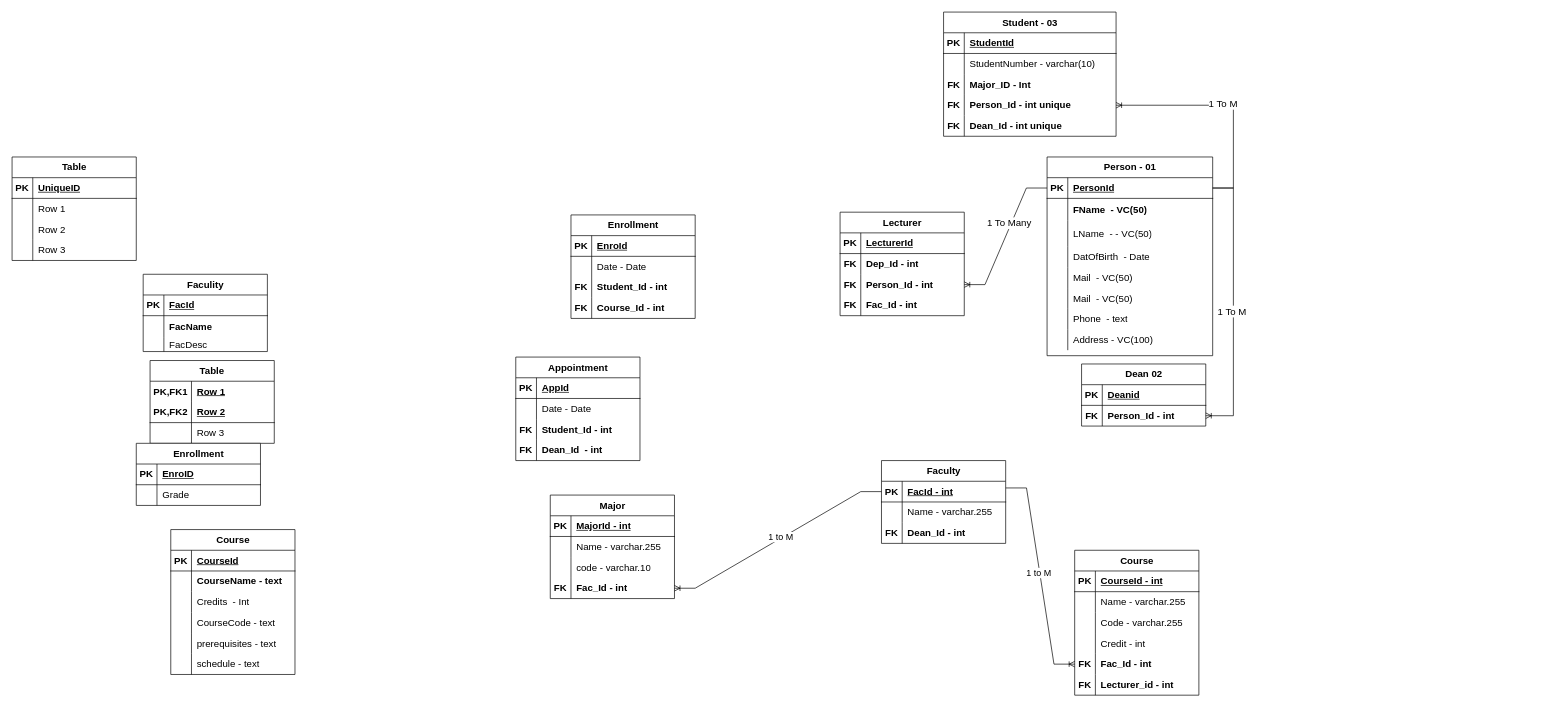
Earlier version of the draw.io diagram Untitled Diagram.drawio (YounesAlKojok/Projects---HTML-CSS-and-Bootstrap). Source tidied: cells renumbered, new cells numbered last; positions are measured from the earlier drawing's top-left corner, leaving out a move shared by most shapes. Both pictures are drawn from the tidied source at 69%, with x=0, y=0 at pixel (12, 12).
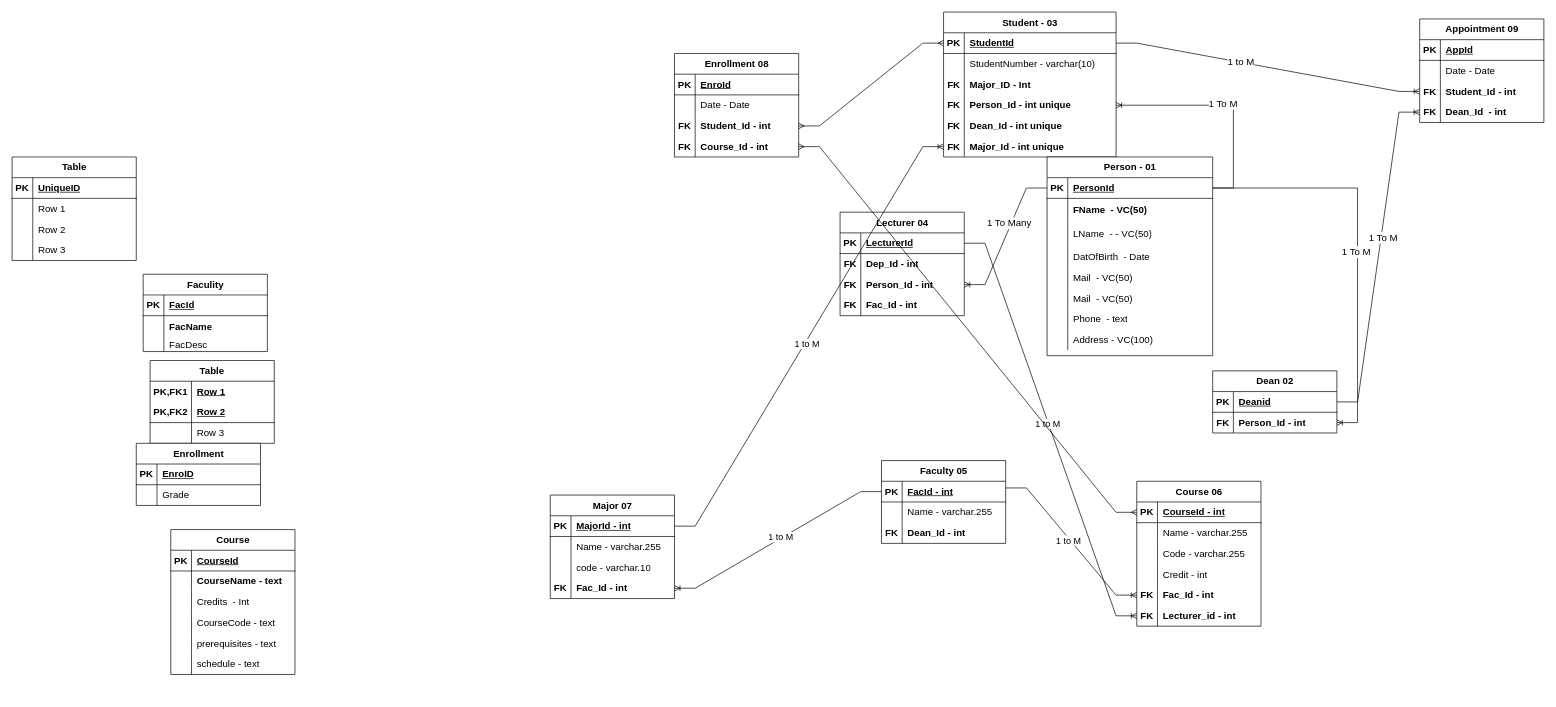
The same page after the edit.

The change refers to these unchanged cells:
```xml
<mxCell id="3" style="shape=tableRow;horizontal=0;startSize=0;swimlaneHead=0;swimlaneBody=0;fillColor=none;points=[[0,0.5],[1,0.5]];portConstraint=eastwest;top=0;left=0;right=0;bottom=1;fontSize=14;" parent="2" vertex="1">
  <mxGeometry y="30" width="250" height="30" as="geometry" />
</mxCell>
<mxCell id="19" style="shape=tableRow;horizontal=0;startSize=0;swimlaneHead=0;swimlaneBody=0;fillColor=none;points=[[0,0.5],[1,0.5]];portConstraint=eastwest;top=0;left=0;right=0;bottom=1;fontSize=14;" parent="18" vertex="1">
  <mxGeometry y="30" width="180" height="30" as="geometry" />
</mxCell>
<mxCell id="116" style="shape=tableRow;horizontal=0;startSize=0;swimlaneHead=0;swimlaneBody=0;fillColor=none;points=[[0,0.5],[1,0.5]];portConstraint=eastwest;top=0;left=0;right=0;bottom=1;fontSize=14;" parent="115" vertex="1">
  <mxGeometry y="30" width="180" height="30" as="geometry" />
</mxCell>
<mxCell id="133" style="shape=tableRow;horizontal=0;startSize=0;swimlaneHead=0;swimlaneBody=0;fillColor=none;points=[[0,0.5],[1,0.5]];portConstraint=eastwest;top=0;left=0;right=0;bottom=1;fontSize=14;" parent="132" vertex="1">
  <mxGeometry y="30" width="180" height="30" as="geometry" />
</mxCell>
<mxCell id="148" style="shape=tableRow;horizontal=0;startSize=0;swimlaneHead=0;swimlaneBody=0;fillColor=none;points=[[0,0.5],[1,0.5]];portConstraint=eastwest;top=0;left=0;right=0;bottom=0;fontSize=14;" parent="132" vertex="1">
  <mxGeometry y="180" width="180" height="30" as="geometry" />
</mxCell>
<mxCell id="152" style="shape=tableRow;horizontal=0;startSize=0;swimlaneHead=0;swimlaneBody=0;fillColor=none;points=[[0,0.5],[1,0.5]];portConstraint=eastwest;top=0;left=0;right=0;bottom=1;fontSize=14;" parent="151" vertex="1">
  <mxGeometry y="30" width="180" height="30" as="geometry" />
</mxCell>
<mxCell id="171" style="shape=tableRow;horizontal=0;startSize=0;swimlaneHead=0;swimlaneBody=0;fillColor=none;points=[[0,0.5],[1,0.5]];portConstraint=eastwest;top=0;left=0;right=0;bottom=0;fontSize=14;" parent="164" vertex="1">
  <mxGeometry y="90" width="180" height="30" as="geometry" />
</mxCell>
<mxCell id="174" style="shape=tableRow;horizontal=0;startSize=0;swimlaneHead=0;swimlaneBody=0;fillColor=none;points=[[0,0.5],[1,0.5]];portConstraint=eastwest;top=0;left=0;right=0;bottom=0;fontSize=14;" parent="164" vertex="1">
  <mxGeometry y="120" width="180" height="30" as="geometry" />
</mxCell>
<mxCell id="194" style="shape=tableRow;horizontal=0;startSize=0;swimlaneHead=0;swimlaneBody=0;fillColor=none;points=[[0,0.5],[1,0.5]];portConstraint=eastwest;top=0;left=0;right=0;bottom=0;fontSize=14;" parent="187" vertex="1">
  <mxGeometry y="90" width="180" height="30" as="geometry" />
</mxCell>
<mxCell id="197" style="shape=tableRow;horizontal=0;startSize=0;swimlaneHead=0;swimlaneBody=0;fillColor=none;points=[[0,0.5],[1,0.5]];portConstraint=eastwest;top=0;left=0;right=0;bottom=0;fontSize=14;" parent="187" vertex="1">
  <mxGeometry y="120" width="180" height="30" as="geometry" />
</mxCell>
```

The edit, as a diff of the source:
```diff
@@
     <mxCell id="2" value="Student - 03" style="shape=table;startSize=30;childLayout=tableLayout;rowLines=0;fontStyle=1;align=center;html=1;fontSize=14;" parent="1" vertex="1">
-      <mxGeometry x="1350" width="250" height="180" as="geometry" />
+      <mxGeometry x="1350" width="250" height="210" as="geometry" />
     </mxCell>
@@
+    <mxCell id="200" style="shape=tableRow;horizontal=0;startSize=0;swimlaneHead=0;swimlaneBody=0;fillColor=none;points=[[0,0.5],[1,0.5]];portConstraint=eastwest;top=0;left=0;right=0;bottom=0;fontSize=14;" parent="2" vertex="1">
+      <mxGeometry y="180" width="250" height="30" as="geometry" />
+    </mxCell>
+    <mxCell id="201" value="FK" style="shape=partialRectangle;fillColor=none;top=0;left=0;bottom=0;right=0;overflow=hidden;whiteSpace=wrap;html=1;fontSize=14;fontStyle=1;" parent="200" vertex="1">
+      <mxGeometry width="30" height="30" as="geometry" />
+    </mxCell>
+    <mxCell id="202" value="&lt;b style=&quot;font-size: 14px;&quot;&gt;Major_Id - int unique&lt;/b&gt;" style="shape=partialRectangle;fillColor=none;top=0;left=0;bottom=0;right=0;align=left;spacingLeft=6;overflow=hidden;whiteSpace=wrap;html=1;fontSize=14;" parent="200" vertex="1">
+      <mxGeometry x="30" width="220" height="30" as="geometry" />
+    </mxCell>
-    <mxCell id="18" value="Lecturer" style="shape=table;startSize=30;childLayout=tableLayout;rowLines=0;fontStyle=1;align=center;html=1;fontSize=14;" parent="1" vertex="1">
+    <mxCell id="18" value="Lecturer 04" style="shape=table;startSize=30;childLayout=tableLayout;rowLines=0;fontStyle=1;align=center;html=1;fontSize=14;" parent="1" vertex="1">
       <mxGeometry x="1200" y="290" width="180" height="150" as="geometry" />
     </mxCell>
@@
     <mxCell id="115" value="Dean 02" style="shape=table;startSize=30;childLayout=tableLayout;rowLines=0;fontStyle=1;align=center;html=1;fontSize=14;" parent="1" vertex="1">
-      <mxGeometry x="1550" y="510" width="180" height="90" as="geometry" />
+      <mxGeometry x="1740" y="520" width="180" height="90" as="geometry" />
     </mxCell>
@@
-    <mxCell id="122" value="Faculty" style="shape=table;startSize=30;childLayout=tableLayout;rowLines=0;fontStyle=1;align=center;html=1;fontSize=14;" parent="1" vertex="1">
+    <mxCell id="122" value="Faculty 05" style="shape=table;startSize=30;childLayout=tableLayout;rowLines=0;fontStyle=1;align=center;html=1;fontSize=14;" parent="1" vertex="1">
       <mxGeometry x="1260" y="650" width="180" height="120" as="geometry" />
     </mxCell>
@@
-    <mxCell id="132" value="Course" style="shape=table;startSize=30;childLayout=tableLayout;rowLines=0;fontStyle=1;align=center;html=1;fontSize=14;" parent="1" vertex="1">
-      <mxGeometry x="1540" y="780" width="180" height="210" as="geometry" />
+    <mxCell id="132" value="Course 06" style="shape=table;startSize=30;childLayout=tableLayout;rowLines=0;fontStyle=1;align=center;html=1;fontSize=14;" parent="1" vertex="1">
+      <mxGeometry x="1630" y="680" width="180" height="210" as="geometry" />
     </mxCell>
@@
-    <mxCell id="151" value="Major" style="shape=table;startSize=30;childLayout=tableLayout;rowLines=0;fontStyle=1;align=center;html=1;fontSize=14;" parent="1" vertex="1">
+    <mxCell id="151" value="Major 07" style="shape=table;startSize=30;childLayout=tableLayout;rowLines=0;fontStyle=1;align=center;html=1;fontSize=14;" parent="1" vertex="1">
       <mxGeometry x="780" y="700" width="180" height="150" as="geometry" />
     </mxCell>
@@
-    <mxCell id="164" value="Enrollment" style="shape=table;startSize=30;childLayout=tableLayout;rowLines=0;fontStyle=1;align=center;html=1;fontSize=14;" parent="1" vertex="1">
-      <mxGeometry x="810" y="294" width="180" height="150" as="geometry" />
+    <mxCell id="164" value="Enrollment 08" style="shape=table;startSize=30;childLayout=tableLayout;rowLines=0;fontStyle=1;align=center;html=1;fontSize=14;" parent="1" vertex="1">
+      <mxGeometry x="960" y="60" width="180" height="150" as="geometry" />
     </mxCell>
@@
-    <mxCell id="187" value="Appointment" style="shape=table;startSize=30;childLayout=tableLayout;rowLines=0;fontStyle=1;align=center;html=1;fontSize=14;" parent="1" vertex="1">
-      <mxGeometry x="730" y="500" width="180" height="150" as="geometry" />
+    <mxCell id="187" value="Appointment 09" style="shape=table;startSize=30;childLayout=tableLayout;rowLines=0;fontStyle=1;align=center;html=1;fontSize=14;" parent="1" vertex="1">
+      <mxGeometry x="2040" y="10" width="180" height="150" as="geometry" />
     </mxCell>
@@
+    <mxCell id="203" style="edgeStyle=entityRelationEdgeStyle;fontSize=12;html=1;endArrow=ERoneToMany;rounded=0;" parent="1" edge="1" source="19" target="148">
+      <mxGeometry relative="1" as="geometry" />
+    </mxCell>
+    <mxCell id="204" value="&lt;font style=&quot;font-size: 13px;&quot;&gt;1 to M&lt;/font&gt;" style="edgeLabel;html=1;align=center;verticalAlign=middle;" parent="203" vertex="1">
+      <mxGeometry x="-0.03" y="-2" relative="1" as="geometry" />
+    </mxCell>
+    <mxCell id="205" style="edgeStyle=entityRelationEdgeStyle;fontSize=12;html=1;endArrow=ERoneToMany;rounded=0;exitX=1;exitY=0.5;exitDx=0;exitDy=0;entryX=0;entryY=0.5;entryDx=0;entryDy=0;" parent="1" edge="1" source="152" target="200">
+      <mxGeometry relative="1" as="geometry" />
+    </mxCell>
+    <mxCell id="206" value="&lt;font style=&quot;font-size: 13px;&quot;&gt;1 to M&lt;/font&gt;" style="edgeLabel;html=1;align=center;verticalAlign=middle;" parent="205" vertex="1">
+      <mxGeometry x="-0.03" y="-2" relative="1" as="geometry" />
+    </mxCell>
+    <mxCell id="207" style="edgeStyle=entityRelationEdgeStyle;fontSize=12;html=1;endArrow=ERmany;startArrow=ERmany;rounded=0;entryX=0;entryY=0.5;entryDx=0;entryDy=0;" parent="1" edge="1" source="171" target="3">
+      <mxGeometry relative="1" as="geometry" />
+    </mxCell>
+    <mxCell id="208" style="edgeStyle=entityRelationEdgeStyle;fontSize=12;html=1;endArrow=ERmany;startArrow=ERmany;rounded=0;" parent="1" edge="1" source="174" target="133">
+      <mxGeometry relative="1" as="geometry" />
+    </mxCell>
+    <mxCell id="209" style="edgeStyle=entityRelationEdgeStyle;fontSize=12;html=1;endArrow=ERoneToMany;rounded=0;" parent="1" edge="1" source="3" target="194">
+      <mxGeometry relative="1" as="geometry" />
+    </mxCell>
+    <mxCell id="210" value="&lt;font style=&quot;font-size: 14px;&quot;&gt;1 to M&lt;/font&gt;" style="edgeLabel;html=1;align=center;verticalAlign=middle;" parent="209" vertex="1">
+      <mxGeometry x="-0.18" y="1" relative="1" as="geometry" />
+    </mxCell>
+    <mxCell id="211" style="edgeStyle=entityRelationEdgeStyle;fontSize=12;html=1;endArrow=ERoneToMany;rounded=0;entryX=0;entryY=0.5;entryDx=0;entryDy=0;" parent="1" edge="1" source="116" target="197">
+      <mxGeometry relative="1" as="geometry" />
+    </mxCell>
+    <mxCell id="212" value="&lt;font style=&quot;font-size: 14px;&quot;&gt;1 To M&lt;/font&gt;" style="edgeLabel;html=1;align=center;verticalAlign=middle;" parent="211" vertex="1">
+      <mxGeometry x="0.12" y="-2" relative="1" as="geometry" />
+    </mxCell>
```
